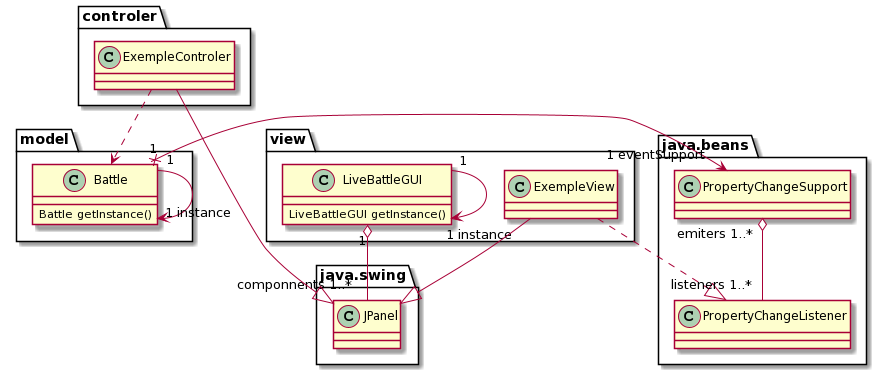
Above: render/architecture_mvc/architecture_mvc.png in diegorodriguez31/livebattlesimulator (PlantUML), before the change. Its diagram source:
```plantuml
@startuml
package model{
    class Battle{
        Battle getInstance()
    }

    Battle "1" x-> "1 eventSupport" java.beans.PropertyChangeSupport
    Battle "1" --> "1 instance" Battle
}

package view{
    class LiveBattleGUI{
        LiveBattleGUI getInstance()
    }

    LiveBattleGUI "1" --> "1 instance" LiveBattleGUI

    class ExempleView{

    }
}

package controler{
    class ExempleControler{

    }
}

LiveBattleGUI "1" o-- "componnents 1..*" java.swing.JPanel
ExempleControler ..> Battle
ExempleView  --|> java.swing.JPanel
ExempleControler --|> java.swing.JPanel
ExempleView ..|>  java.beans.PropertyChangeListener

java.beans.PropertyChangeSupport "emiters 1..*" o-- "listeners 1..*" java.beans.PropertyChangeListener
@enduml
```
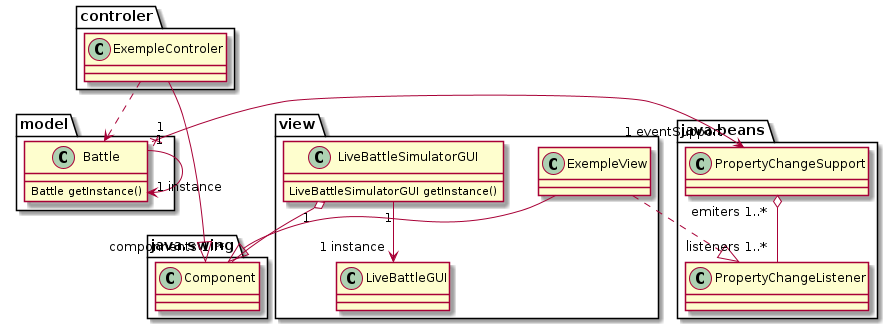
The same diagram one commit later.

The edit, as a diff of the source:
```diff
@@ -1,4 +1,5 @@
 @startuml
+
 package model{
     class Battle{
         Battle getInstance()
@@ -9,11 +10,11 @@
 }
 
 package view{
-    class LiveBattleGUI{
-        LiveBattleGUI getInstance()
+    class LiveBattleSimulatorGUI{
+        LiveBattleSimulatorGUI getInstance()
     }
 
-    LiveBattleGUI "1" --> "1 instance" LiveBattleGUI
+    LiveBattleSimulatorGUI "1" --> "1 instance" LiveBattleGUI
 
     class ExempleView{
 
@@ -26,11 +27,12 @@
     }
 }
 
-LiveBattleGUI "1" o-- "componnents 1..*" java.swing.JPanel
+LiveBattleSimulatorGUI "1" o-- "componnents 1..*" java.swing.Component
 ExempleControler ..> Battle
-ExempleView  --|> java.swing.JPanel
-ExempleControler --|> java.swing.JPanel
+ExempleView  --|> java.swing.Component
+ExempleControler --|> java.swing.Component
 ExempleView ..|>  java.beans.PropertyChangeListener
 
 java.beans.PropertyChangeSupport "emiters 1..*" o-- "listeners 1..*" java.beans.PropertyChangeListener
+
 @enduml
```
